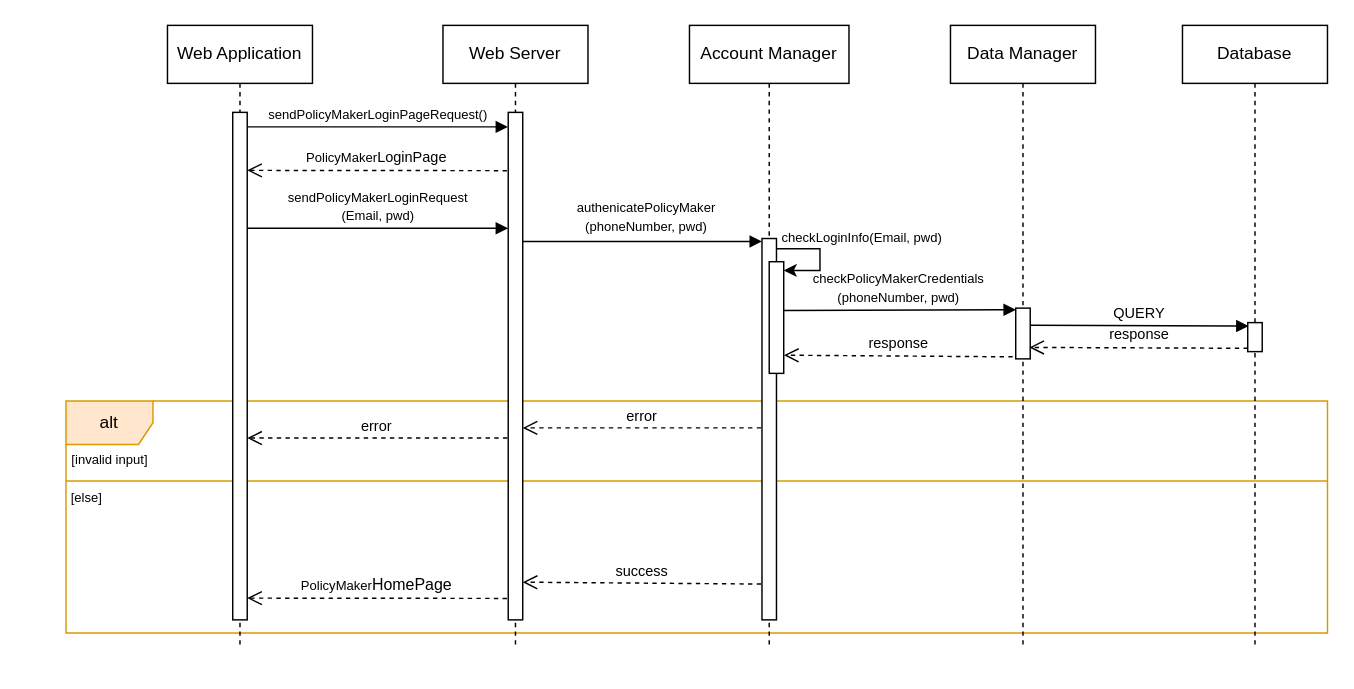
Before: page "PM-login" (12 of 18) of DD/UML/Runtime.drawio in ictar/DREAM-SE2-Project-2022, a draw.io diagram. Source tidied: cells renumbered, new cells numbered last; positions are measured from the earlier drawing's top-left corner, leaving out a move shared by most shapes. Both pictures are drawn from the tidied source at 145%, with x=0, y=0 at pixel (25, 25).
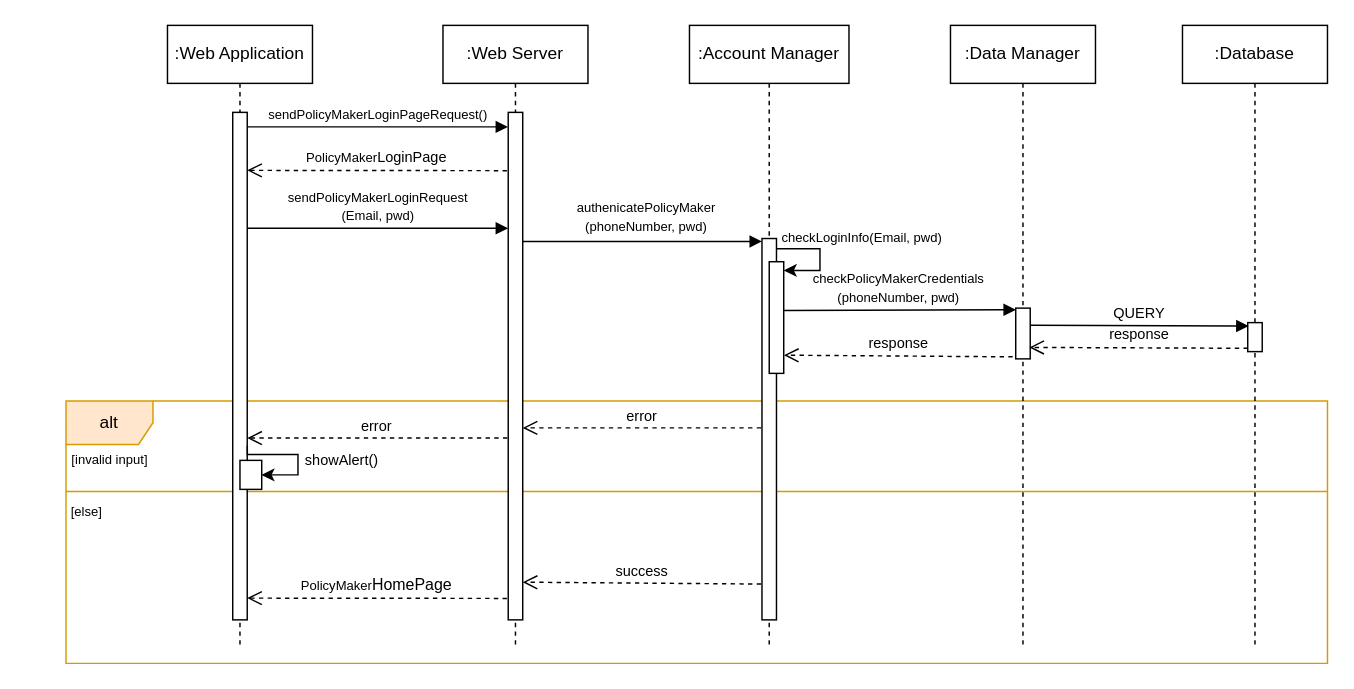
Above is the later version.

The change refers to these unchanged cells:
```xml
<mxCell id="9" style="html=1;points=[];perimeter=orthogonalPerimeter;" parent="1" vertex="1">
  <mxGeometry x="143" y="60" width="10" height="350" as="geometry" />
</mxCell>
```

Change to the diagram source:
```diff
@@
     <mxCell id="3" value="alt" style="shape=umlFrame;whiteSpace=wrap;html=1;fillColor=#ffe6cc;strokeColor=#d79b00;" parent="1" vertex="1">
-      <mxGeometry x="28" y="259" width="870" height="160" as="geometry" />
+      <mxGeometry x="28" y="259" width="870" height="181" as="geometry" />
     </mxCell>
-    <mxCell id="4" value="Web Application" style="shape=umlLifeline;perimeter=lifelinePerimeter;whiteSpace=wrap;html=1;" parent="1" vertex="1">
-      <mxGeometry x="98" width="100" height="430" as="geometry" />
-    </mxCell>
-    <mxCell id="5" value="Web Server" style="shape=umlLifeline;perimeter=lifelinePerimeter;whiteSpace=wrap;html=1;" parent="1" vertex="1">
-      <mxGeometry x="288" width="100" height="430" as="geometry" />
-    </mxCell>
+    <mxCell id="31" value=":Web Application" style="shape=umlLifeline;perimeter=lifelinePerimeter;whiteSpace=wrap;html=1;" parent="1" vertex="1">
+      <mxGeometry x="98" width="100" height="430" as="geometry" />
+    </mxCell>
+    <mxCell id="32" value=":Web Server" style="shape=umlLifeline;perimeter=lifelinePerimeter;whiteSpace=wrap;html=1;" parent="1" vertex="1">
+      <mxGeometry x="288" width="100" height="430" as="geometry" />
+    </mxCell>
-    <mxCell id="6" style="html=1;points=[];perimeter=orthogonalPerimeter;" parent="5" vertex="1">
+    <mxCell id="6" style="html=1;points=[];perimeter=orthogonalPerimeter;" parent="32" vertex="1">
       <mxGeometry x="45" y="60" width="10" height="350" as="geometry" />
     </mxCell>
@@
-    <mxCell id="11" value="Account Manager" style="shape=umlLifeline;perimeter=lifelinePerimeter;whiteSpace=wrap;html=1;" parent="1" vertex="1">
-      <mxGeometry x="458" width="110" height="430" as="geometry" />
-    </mxCell>
+    <mxCell id="33" value=":Account Manager" style="shape=umlLifeline;perimeter=lifelinePerimeter;whiteSpace=wrap;html=1;" parent="1" vertex="1">
+      <mxGeometry x="458" width="110" height="430" as="geometry" />
+    </mxCell>
-    <mxCell id="12" style="html=1;perimeter=orthogonalPerimeter;" parent="11" vertex="1">
+    <mxCell id="12" style="html=1;perimeter=orthogonalPerimeter;" parent="33" vertex="1">
       <mxGeometry x="50" y="147" width="10" height="263" as="geometry" />
     </mxCell>
-    <mxCell id="13" value="Data Manager" style="shape=umlLifeline;perimeter=lifelinePerimeter;whiteSpace=wrap;html=1;" parent="1" vertex="1">
-      <mxGeometry x="638" width="100" height="430" as="geometry" />
-    </mxCell>
+    <mxCell id="34" value=":Data Manager" style="shape=umlLifeline;perimeter=lifelinePerimeter;whiteSpace=wrap;html=1;" parent="1" vertex="1">
+      <mxGeometry x="638" width="100" height="430" as="geometry" />
+    </mxCell>
-    <mxCell id="14" style="html=1;points=[];perimeter=orthogonalPerimeter;" parent="13" vertex="1">
+    <mxCell id="14" style="html=1;points=[];perimeter=orthogonalPerimeter;" parent="34" vertex="1">
       <mxGeometry x="45" y="195" width="10" height="35" as="geometry" />
     </mxCell>
-    <mxCell id="15" value="Database" style="shape=umlLifeline;perimeter=lifelinePerimeter;whiteSpace=wrap;html=1;" parent="1" vertex="1">
-      <mxGeometry x="798" width="100" height="430" as="geometry" />
-    </mxCell>
+    <mxCell id="35" value=":Database" style="shape=umlLifeline;perimeter=lifelinePerimeter;whiteSpace=wrap;html=1;" parent="1" vertex="1">
+      <mxGeometry x="798" width="100" height="430" as="geometry" />
+    </mxCell>
-    <mxCell id="16" style="html=1;points=[];perimeter=orthogonalPerimeter;" parent="15" vertex="1">
+    <mxCell id="16" style="html=1;points=[];perimeter=orthogonalPerimeter;" parent="35" vertex="1">
       <mxGeometry x="45" y="205" width="10" height="20" as="geometry" />
     </mxCell>
@@
-    <mxCell id="21" value="&lt;font style=&quot;font-size: 10px&quot;&gt;error&lt;/font&gt;" style="html=1;verticalAlign=bottom;endArrow=open;dashed=1;endSize=8;rounded=0;exitX=-0.067;exitY=0.831;exitDx=0;exitDy=0;exitPerimeter=0;" parent="1" edge="1">
-      <mxGeometry relative="1" as="geometry">
-        <mxPoint x="507.4" y="277.6" as="sourcePoint" />
-        <mxPoint x="343" y="277.6" as="targetPoint" />
-      </mxGeometry>
-    </mxCell>
-    <mxCell id="22" value="&lt;font style=&quot;font-size: 10px&quot;&gt;error&lt;/font&gt;" style="html=1;verticalAlign=bottom;endArrow=open;dashed=1;endSize=8;rounded=0;exitX=-0.067;exitY=0.831;exitDx=0;exitDy=0;exitPerimeter=0;" parent="1" edge="1">
-      <mxGeometry relative="1" as="geometry">
-        <mxPoint x="332.4" y="284.6" as="sourcePoint" />
-        <mxPoint x="153" y="284.6" as="targetPoint" />
-      </mxGeometry>
-    </mxCell>
+    <mxCell id="36" value="&lt;font style=&quot;font-size: 10px&quot;&gt;error&lt;/font&gt;" style="html=1;verticalAlign=bottom;endArrow=open;dashed=1;endSize=8;rounded=0;exitX=-0.067;exitY=0.831;exitDx=0;exitDy=0;exitPerimeter=0;" parent="1" edge="1">
+      <mxGeometry relative="1" as="geometry">
+        <mxPoint x="507.4" y="277.6" as="sourcePoint" />
+        <mxPoint x="343" y="277.6" as="targetPoint" />
+      </mxGeometry>
+    </mxCell>
+    <mxCell id="37" value="&lt;font style=&quot;font-size: 10px&quot;&gt;error&lt;/font&gt;" style="html=1;verticalAlign=bottom;endArrow=open;dashed=1;endSize=8;rounded=0;exitX=-0.067;exitY=0.831;exitDx=0;exitDy=0;exitPerimeter=0;" parent="1" edge="1">
+      <mxGeometry relative="1" as="geometry">
+        <mxPoint x="332.4" y="284.6" as="sourcePoint" />
+        <mxPoint x="153" y="284.6" as="targetPoint" />
+      </mxGeometry>
+    </mxCell>
@@
     <mxCell id="24" value="&lt;font style=&quot;font-size: 9px&quot;&gt;[else]&lt;/font&gt;" style="text;html=1;strokeColor=none;fillColor=none;align=center;verticalAlign=middle;whiteSpace=wrap;rounded=0;" parent="1" vertex="1">
-      <mxGeometry y="310" width="85" height="30" as="geometry" />
+      <mxGeometry y="320" width="85" height="30" as="geometry" />
     </mxCell>
@@
-    <mxCell id="29" style="endArrow=classic;html=1;rounded=0;fontSize=9;edgeStyle=orthogonalEdgeStyle;endFill=1;" parent="1" edge="1">
-      <mxGeometry relative="1" as="geometry">
-        <mxPoint x="518" y="154" as="sourcePoint" />
-        <mxPoint x="523" y="169" as="targetPoint" />
-        <Array as="points">
-          <mxPoint x="548" y="154" />
-          <mxPoint x="548" y="169" />
-        </Array>
-      </mxGeometry>
-    </mxCell>
+    <mxCell id="38" style="endArrow=classic;html=1;rounded=0;fontSize=9;edgeStyle=orthogonalEdgeStyle;endFill=1;" parent="1" edge="1">
+      <mxGeometry relative="1" as="geometry">
+        <mxPoint x="518" y="154" as="sourcePoint" />
+        <mxPoint x="523" y="169" as="targetPoint" />
+        <Array as="points">
+          <mxPoint x="548" y="154" />
+          <mxPoint x="548" y="169" />
+        </Array>
+      </mxGeometry>
+    </mxCell>
@@
+    <mxCell id="39" style="html=1;perimeter=orthogonalPerimeter;" parent="1" vertex="1">
+      <mxGeometry x="148" y="300" width="15" height="20" as="geometry" />
+    </mxCell>
+    <mxCell id="40" style="endArrow=classic;html=1;rounded=0;fontSize=9;entryX=0.978;entryY=0.131;entryDx=0;entryDy=0;entryPerimeter=0;edgeStyle=orthogonalEdgeStyle;endFill=1;exitX=1.005;exitY=0.657;exitDx=0;exitDy=0;exitPerimeter=0;" parent="1" edge="1" source="9">
+      <mxGeometry relative="1" as="geometry">
+        <mxPoint x="162.8" y="310" as="targetPoint" />
+        <Array as="points">
+          <mxPoint x="153" y="296" />
+          <mxPoint x="188" y="296" />
+          <mxPoint x="188" y="310" />
+          <mxPoint x="163" y="310" />
+        </Array>
+      </mxGeometry>
+    </mxCell>
+    <mxCell id="41" value="showAlert()" style="text;html=1;align=center;verticalAlign=middle;strokeColor=none;fillColor=none;fontSize=10;" parent="1" vertex="1">
+      <mxGeometry x="183" y="290" width="70" height="20" as="geometry" />
+    </mxCell>
```
